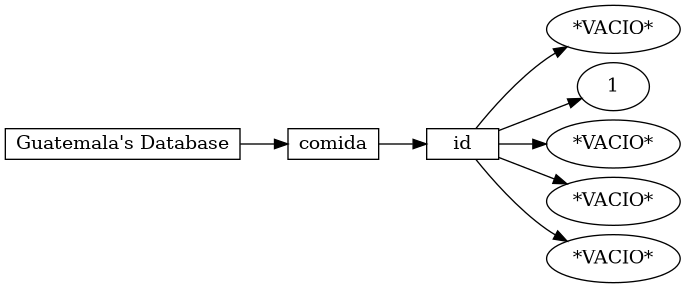
The Graphviz diagram Docs/Grafico.png in Fxhnd13/EstructuraDeDatos_Proyecto_2, before a commit. Its source is kept beside it as Docs/Grafico.dot.
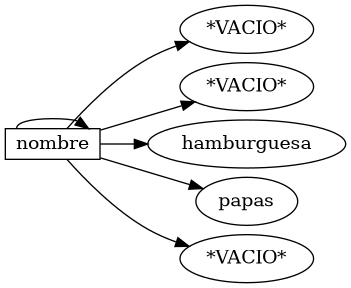
After the commit.

Diff of the diagram source:
```diff
@@ -1,19 +1,16 @@
 digraph G {
      nodesep=.1;
      rankdir=LR;
-     node0 [label="Guatemala's Database", shape=record, height=.1];
+     node0 -> node0;
+     node0 [label="nombre", shape=record, height=.1];
      node0 -> node1;
-     node1 [label="comida", shape=record, height=.1];
-     node1 -> node2;
-     node2 [label="id", shape=record, height=.1];
-     node2 -> node3;
-     node3 [label="*VACIO*"];
-     node2 -> node4;
-     node4 [label="1"];
-     node2 -> node5;
+     node1 [label="*VACIO*"];
+     node0 -> node2;
+     node2 [label="*VACIO*"];
+     node0 -> node3;
+     node3 [label="hamburguesa"];
+     node0 -> node4;
+     node4 [label="papas"];
+     node0 -> node5;
      node5 [label="*VACIO*"];
-     node2 -> node6;
-     node6 [label="*VACIO*"];
-     node2 -> node7;
-     node7 [label="*VACIO*"];
 }
```
